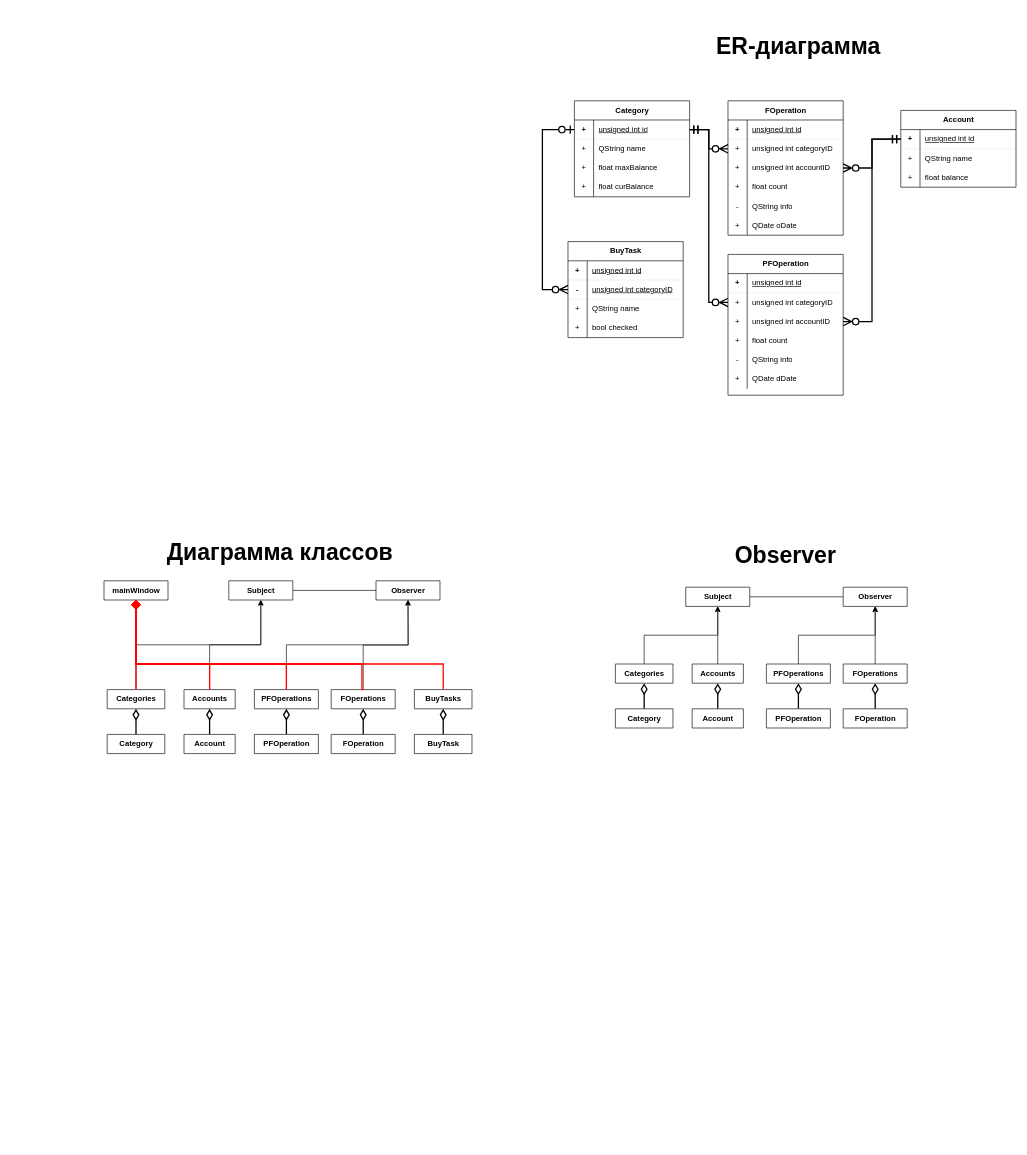
Above: OOPKursach.drawio in necoray/DrawIo (draw.io), before the change. Source tidied: cells renumbered, new cells numbered last; positions are measured from the earlier drawing's top-left corner, leaving out a move shared by most shapes. Both pictures are drawn from the tidied source at 64%, with x=0, y=0 at pixel (81, 11).
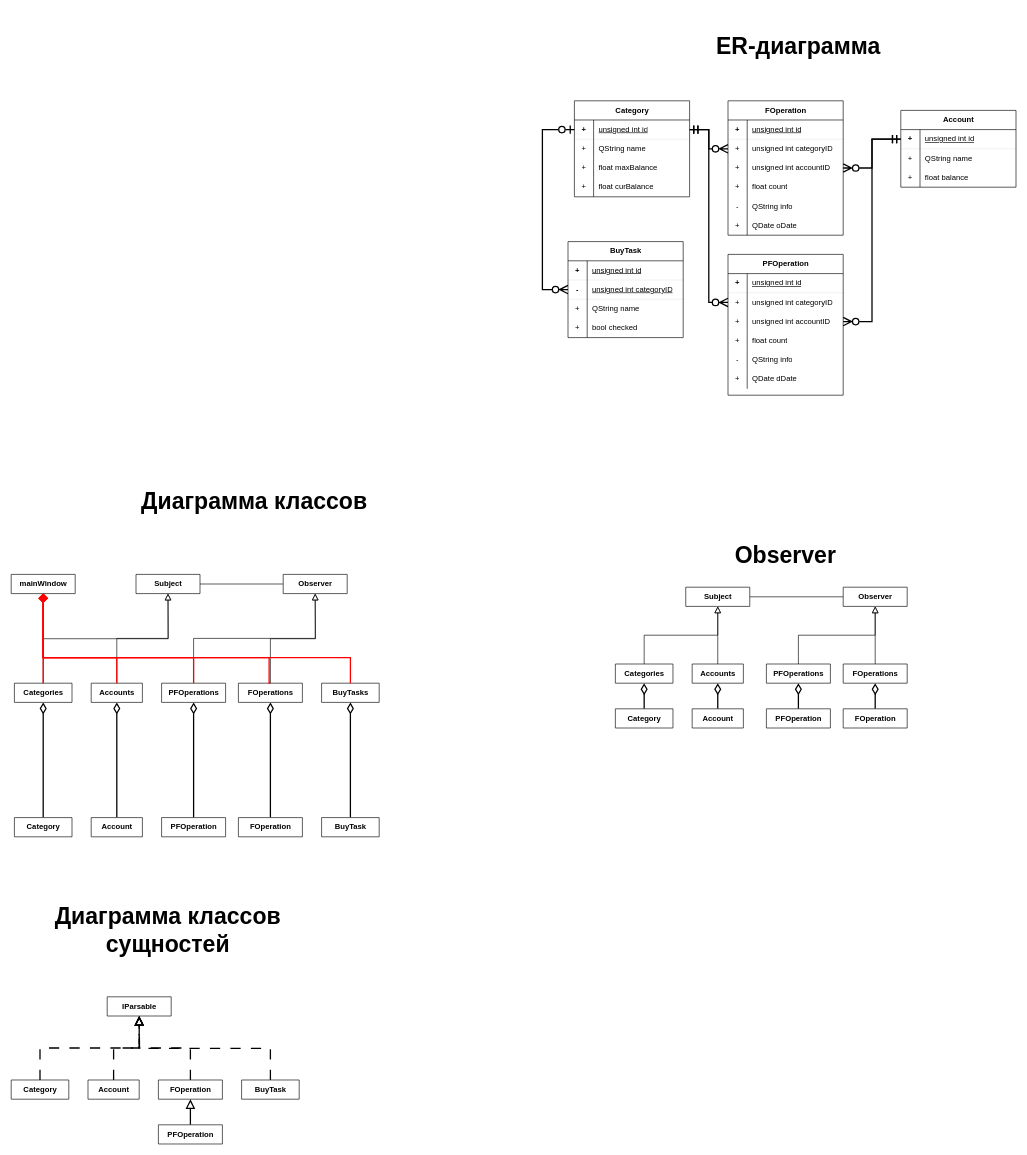
Above is the later version.

The change refers to these unchanged cells:
```xml
<mxCell id="121" value="FOperations" style="shape=table;startSize=30;childLayout=tableLayout;rowLines=0;fontStyle=1;align=center;html=1;strokeColor=default;" parent="1" vertex="1" collapsed="1">
  <mxGeometry x="1190" y="1020" width="100" height="30" as="geometry" />
</mxCell>
<mxCell id="123" value="Accounts" style="shape=table;startSize=30;childLayout=tableLayout;rowLines=0;fontStyle=1;align=center;html=1;strokeColor=default;" parent="1" vertex="1" collapsed="1">
  <mxGeometry x="954" y="1020" width="80" height="30" as="geometry" />
</mxCell>
<mxCell id="125" value="Categories" style="shape=table;startSize=30;childLayout=tableLayout;rowLines=0;fontStyle=1;align=center;html=1;strokeColor=default;" parent="1" vertex="1" collapsed="1">
  <mxGeometry x="834" y="1020" width="90" height="30" as="geometry" />
</mxCell>
<mxCell id="127" value="PFOperations" style="shape=table;startSize=30;childLayout=tableLayout;rowLines=0;fontStyle=1;align=center;html=1;strokeColor=default;" parent="1" vertex="1" collapsed="1">
  <mxGeometry x="1070" y="1020" width="100" height="30" as="geometry" />
</mxCell>
<mxCell id="129" value="Observer" style="shape=table;startSize=30;childLayout=tableLayout;rowLines=0;fontStyle=1;align=center;html=1;strokeColor=default;" parent="1" vertex="1" collapsed="1">
  <mxGeometry x="1190" y="900" width="100" height="30" as="geometry" />
</mxCell>
<mxCell id="130" value="Subject" style="shape=table;startSize=30;childLayout=tableLayout;rowLines=0;fontStyle=1;align=center;html=1;strokeColor=default;" parent="1" vertex="1" collapsed="1">
  <mxGeometry x="944" y="900" width="100" height="30" as="geometry" />
</mxCell>
```

Change to the diagram source:
```diff
@@
     <mxCell id="83" value="FOperation" style="shape=table;startSize=30;childLayout=tableLayout;rowLines=0;fontStyle=1;align=center;html=1;strokeColor=default;" parent="1" vertex="1" collapsed="1">
-      <mxGeometry x="390" y="1130" width="100" height="30" as="geometry" />
+      <mxGeometry x="245" y="1260" width="100" height="30" as="geometry" />
     </mxCell>
@@
     <mxCell id="85" value="Account" style="shape=table;startSize=30;childLayout=tableLayout;rowLines=0;fontStyle=1;align=center;html=1;strokeColor=default;" parent="1" vertex="1" collapsed="1">
-      <mxGeometry x="160" y="1130" width="80" height="30" as="geometry" />
+      <mxGeometry x="15" y="1260" width="80" height="30" as="geometry" />
     </mxCell>
@@
     <mxCell id="87" value="Category" style="shape=table;startSize=30;childLayout=tableLayout;rowLines=0;fontStyle=1;align=center;html=1;strokeColor=default;" parent="1" vertex="1" collapsed="1">
-      <mxGeometry x="40" y="1130" width="90" height="30" as="geometry" />
+      <mxGeometry x="-105" y="1260" width="90" height="30" as="geometry" />
     </mxCell>
@@
     <mxCell id="89" value="PFOperation" style="shape=table;startSize=30;childLayout=tableLayout;rowLines=0;fontStyle=1;align=center;html=1;" parent="1" vertex="1" collapsed="1">
-      <mxGeometry x="270" y="1130" width="100" height="30" as="geometry" />
+      <mxGeometry x="125" y="1260" width="100" height="30" as="geometry" />
     </mxCell>
@@
     <mxCell id="91" value="BuyTask" style="shape=table;startSize=30;childLayout=tableLayout;rowLines=0;fontStyle=1;align=center;html=1;strokeColor=default;" parent="1" vertex="1" collapsed="1">
-      <mxGeometry x="520" y="1130" width="90" height="30" as="geometry" />
+      <mxGeometry x="375" y="1260" width="90" height="30" as="geometry" />
     </mxCell>
@@
-    <mxCell id="94" style="edgeStyle=orthogonalEdgeStyle;rounded=0;jettySize=auto;html=1;exitX=0.5;exitY=0;exitDx=0;exitDy=0;" parent="1" edge="1" source="95">
+    <mxCell id="94" style="edgeStyle=orthogonalEdgeStyle;rounded=0;jettySize=auto;html=1;exitX=0.5;exitY=0;exitDx=0;exitDy=0;strokeWidth=1;endArrow=block;endFill=0;endSize=8;startSize=8;" parent="1" edge="1" source="95">
       <mxGeometry relative="1" as="geometry">
-        <mxPoint x="510" y="920" as="targetPoint" />
+        <mxPoint x="365" y="910" as="targetPoint" />
       </mxGeometry>
     </mxCell>
     <mxCell id="95" value="FOperations" style="shape=table;startSize=30;childLayout=tableLayout;rowLines=0;fontStyle=1;align=center;html=1;strokeColor=default;" parent="1" vertex="1" collapsed="1">
-      <mxGeometry x="390" y="1060" width="100" height="30" as="geometry" />
+      <mxGeometry x="245" y="1050" width="100" height="30" as="geometry" />
     </mxCell>
-    <mxCell id="96" style="edgeStyle=orthogonalEdgeStyle;rounded=0;jettySize=auto;html=1;exitX=0.5;exitY=0;exitDx=0;exitDy=0;entryX=0.5;entryY=1;entryDx=0;entryDy=0;" parent="1" edge="1" source="97" target="105">
+    <mxCell id="96" style="edgeStyle=orthogonalEdgeStyle;rounded=0;jettySize=auto;html=1;exitX=0.5;exitY=0;exitDx=0;exitDy=0;entryX=0.5;entryY=1;entryDx=0;entryDy=0;strokeWidth=1;endArrow=block;endFill=0;endSize=8;startSize=8;" parent="1" edge="1" source="97" target="105">
       <mxGeometry relative="1" as="geometry" />
     </mxCell>
     <mxCell id="97" value="Accounts" style="shape=table;startSize=30;childLayout=tableLayout;rowLines=0;fontStyle=1;align=center;html=1;strokeColor=default;" parent="1" vertex="1" collapsed="1">
-      <mxGeometry x="160" y="1060" width="80" height="30" as="geometry" />
+      <mxGeometry x="15" y="1050" width="80" height="30" as="geometry" />
     </mxCell>
-    <mxCell id="98" style="edgeStyle=orthogonalEdgeStyle;rounded=0;jettySize=auto;html=1;exitX=0.5;exitY=0;exitDx=0;exitDy=0;entryX=0.5;entryY=1;entryDx=0;entryDy=0;" parent="1" edge="1" source="99" target="105">
-      <mxGeometry relative="1" as="geometry" />
+    <mxCell id="98" style="edgeStyle=orthogonalEdgeStyle;rounded=0;jettySize=auto;html=1;exitX=0.5;exitY=0;exitDx=0;exitDy=0;endArrow=block;endFill=0;endSize=8;strokeWidth=1;startSize=8;" parent="1" edge="1" source="99">
+      <mxGeometry relative="1" as="geometry">
+        <mxPoint x="135" y="910" as="targetPoint" />
+      </mxGeometry>
     </mxCell>
     <mxCell id="99" value="Categories" style="shape=table;startSize=30;childLayout=tableLayout;rowLines=0;fontStyle=1;align=center;html=1;strokeColor=default;" parent="1" vertex="1" collapsed="1">
-      <mxGeometry x="40" y="1060" width="90" height="30" as="geometry" />
+      <mxGeometry x="-105" y="1050" width="90" height="30" as="geometry" />
     </mxCell>
-    <mxCell id="100" style="edgeStyle=orthogonalEdgeStyle;rounded=0;jettySize=auto;html=1;exitX=0.5;exitY=0;exitDx=0;exitDy=0;entryX=0.5;entryY=1;entryDx=0;entryDy=0;" parent="1" edge="1" source="101" target="104">
+    <mxCell id="100" style="edgeStyle=orthogonalEdgeStyle;rounded=0;jettySize=auto;html=1;exitX=0.5;exitY=0;exitDx=0;exitDy=0;entryX=0.5;entryY=1;entryDx=0;entryDy=0;endArrow=block;endFill=0;strokeWidth=1;endSize=8;startSize=8;" parent="1" edge="1" source="101" target="104">
       <mxGeometry relative="1" as="geometry" />
     </mxCell>
     <mxCell id="101" value="PFOperations" style="shape=table;startSize=30;childLayout=tableLayout;rowLines=0;fontStyle=1;align=center;html=1;strokeColor=default;" parent="1" vertex="1" collapsed="1">
-      <mxGeometry x="270" y="1060" width="100" height="30" as="geometry" />
+      <mxGeometry x="125" y="1050" width="100" height="30" as="geometry" />
     </mxCell>
     <mxCell id="102" value="BuyTasks" style="shape=table;startSize=30;childLayout=tableLayout;rowLines=0;fontStyle=1;align=center;html=1;strokeColor=default;" parent="1" vertex="1" collapsed="1">
-      <mxGeometry x="520" y="1060" width="90" height="30" as="geometry" />
+      <mxGeometry x="375" y="1050" width="90" height="30" as="geometry" />
     </mxCell>
@@
     <mxCell id="104" value="Observer" style="shape=table;startSize=30;childLayout=tableLayout;rowLines=0;fontStyle=1;align=center;html=1;strokeColor=default;" parent="1" vertex="1" collapsed="1">
-      <mxGeometry x="460" y="890" width="100" height="30" as="geometry" />
+      <mxGeometry x="315" y="880" width="100" height="30" as="geometry" />
     </mxCell>
     <mxCell id="105" value="Subject" style="shape=table;startSize=30;childLayout=tableLayout;rowLines=0;fontStyle=1;align=center;html=1;strokeColor=default;" parent="1" vertex="1" collapsed="1">
-      <mxGeometry x="230" y="890" width="100" height="30" as="geometry" />
+      <mxGeometry x="85" y="880" width="100" height="30" as="geometry" />
     </mxCell>
     <mxCell id="106" value="mainWindow" style="shape=table;startSize=30;childLayout=tableLayout;rowLines=0;fontStyle=1;align=center;html=1;strokeColor=default;" parent="1" vertex="1" collapsed="1">
-      <mxGeometry x="35" y="890" width="100" height="30" as="geometry" />
+      <mxGeometry x="-110" y="880" width="100" height="30" as="geometry" />
     </mxCell>
@@
     <mxCell id="108" style="edgeStyle=orthogonalEdgeStyle;rounded=0;jettySize=auto;html=1;exitX=0.5;exitY=0;exitDx=0;exitDy=0;entryX=0.5;entryY=1;entryDx=0;entryDy=0;endArrow=diamond;endFill=1;endSize=10;startSize=10;strokeWidth=2;strokeColor=#FF0000;" parent="1" edge="1" source="97" target="106">
       <mxGeometry relative="1" as="geometry">
         <Array as="points">
-          <mxPoint x="200" y="1020" />
-          <mxPoint x="85" y="1020" />
+          <mxPoint x="55" y="1010" />
+          <mxPoint x="-60" y="1010" />
         </Array>
       </mxGeometry>
     </mxCell>
     <mxCell id="109" style="edgeStyle=orthogonalEdgeStyle;rounded=0;jettySize=auto;html=1;exitX=0.5;exitY=0;exitDx=0;exitDy=0;endArrow=diamond;endFill=1;endSize=10;startSize=10;strokeWidth=2;strokeColor=#FF0000;" parent="1" edge="1" source="101" target="106">
       <mxGeometry relative="1" as="geometry">
         <Array as="points">
-          <mxPoint x="320" y="1020" />
-          <mxPoint x="85" y="1020" />
+          <mxPoint x="175" y="1010" />
+          <mxPoint x="-60" y="1010" />
         </Array>
       </mxGeometry>
     </mxCell>
     <mxCell id="110" style="edgeStyle=orthogonalEdgeStyle;rounded=0;jettySize=auto;html=1;exitX=0.5;exitY=0;exitDx=0;exitDy=0;endArrow=diamond;endFill=1;endSize=10;startSize=10;strokeWidth=2;entryX=0.5;entryY=1;entryDx=0;entryDy=0;strokeColor=#FF0000;" parent="1" edge="1" source="95" target="106">
       <mxGeometry relative="1" as="geometry">
         <Array as="points">
-          <mxPoint x="438" y="1060" />
-          <mxPoint x="438" y="1020" />
-          <mxPoint x="85" y="1020" />
+          <mxPoint x="293" y="1050" />
+          <mxPoint x="293" y="1010" />
+          <mxPoint x="-60" y="1010" />
         </Array>
       </mxGeometry>
     </mxCell>
     <mxCell id="111" style="edgeStyle=orthogonalEdgeStyle;rounded=0;jettySize=auto;html=1;exitX=0.5;exitY=0;exitDx=0;exitDy=0;endArrow=diamond;endFill=1;endSize=10;startSize=10;strokeWidth=2;entryX=0.5;entryY=1;entryDx=0;entryDy=0;strokeColor=#FF0000;" parent="1" edge="1" source="102" target="106">
       <mxGeometry relative="1" as="geometry">
         <Array as="points">
-          <mxPoint x="565" y="1020" />
-          <mxPoint x="85" y="1020" />
+          <mxPoint x="420" y="1010" />
+          <mxPoint x="-60" y="1010" />
         </Array>
       </mxGeometry>
     </mxCell>
@@
-    <mxCell id="120" style="edgeStyle=orthogonalEdgeStyle;rounded=0;jettySize=auto;html=1;exitX=0.5;exitY=0;exitDx=0;exitDy=0;" parent="1" edge="1" source="121">
+    <mxCell id="120" style="edgeStyle=orthogonalEdgeStyle;rounded=0;jettySize=auto;html=1;exitX=0.5;exitY=0;exitDx=0;exitDy=0;endArrow=block;endFill=0;endSize=8;startSize=8;" parent="1" edge="1" source="121">
       <mxGeometry relative="1" as="geometry">
         <mxPoint x="1240" y="930" as="targetPoint" />
       </mxGeometry>
     </mxCell>
@@
-    <mxCell id="122" style="edgeStyle=orthogonalEdgeStyle;rounded=0;jettySize=auto;html=1;exitX=0.5;exitY=0;exitDx=0;exitDy=0;entryX=0.5;entryY=1;entryDx=0;entryDy=0;" parent="1" edge="1" source="123" target="130">
+    <mxCell id="122" style="edgeStyle=orthogonalEdgeStyle;rounded=0;jettySize=auto;html=1;exitX=0.5;exitY=0;exitDx=0;exitDy=0;entryX=0.5;entryY=1;entryDx=0;entryDy=0;endArrow=block;endFill=0;endSize=8;startSize=8;" parent="1" edge="1" source="123" target="130">
       <mxGeometry relative="1" as="geometry" />
     </mxCell>
@@
-    <mxCell id="124" style="edgeStyle=orthogonalEdgeStyle;rounded=0;jettySize=auto;html=1;exitX=0.5;exitY=0;exitDx=0;exitDy=0;entryX=0.5;entryY=1;entryDx=0;entryDy=0;" parent="1" edge="1" source="125" target="130">
+    <mxCell id="124" style="edgeStyle=orthogonalEdgeStyle;rounded=0;jettySize=auto;html=1;exitX=0.5;exitY=0;exitDx=0;exitDy=0;entryX=0.5;entryY=1;entryDx=0;entryDy=0;endArrow=block;endFill=0;endSize=8;startSize=8;" parent="1" edge="1" source="125" target="130">
       <mxGeometry relative="1" as="geometry" />
     </mxCell>
@@
-    <mxCell id="126" style="edgeStyle=orthogonalEdgeStyle;rounded=0;jettySize=auto;html=1;exitX=0.5;exitY=0;exitDx=0;exitDy=0;entryX=0.5;entryY=1;entryDx=0;entryDy=0;" parent="1" edge="1" source="127" target="129">
+    <mxCell id="126" style="edgeStyle=orthogonalEdgeStyle;rounded=0;jettySize=auto;html=1;exitX=0.5;exitY=0;exitDx=0;exitDy=0;entryX=0.5;entryY=1;entryDx=0;entryDy=0;endArrow=block;endFill=0;endSize=8;startSize=8;" parent="1" edge="1" source="127" target="129">
       <mxGeometry relative="1" as="geometry" />
     </mxCell>
@@
     <mxCell id="131" value="Диаграмма классов" style="text;html=1;align=center;verticalAlign=middle;whiteSpace=wrap;rounded=0;fontStyle=1;fontSize=36;" parent="1" vertex="1">
-      <mxGeometry x="110" y="790" width="400" height="110" as="geometry" />
+      <mxGeometry x="70" y="710" width="400" height="110" as="geometry" />
     </mxCell>
@@
+    <mxCell id="133" style="edgeStyle=orthogonalEdgeStyle;shape=connector;rounded=0;jettySize=auto;html=1;exitX=0.5;exitY=0;exitDx=0;exitDy=0;entryX=0.5;entryY=1;entryDx=0;entryDy=0;strokeColor=default;strokeWidth=2;align=center;verticalAlign=middle;fontFamily=Helvetica;fontSize=11;fontColor=default;labelBackgroundColor=default;startSize=10;endArrow=block;endFill=0;endSize=10;dashed=1;dashPattern=8 8;" parent="1" edge="1" source="134" target="143">
+      <mxGeometry relative="1" as="geometry" />
+    </mxCell>
+    <mxCell id="134" value="FOperation" style="shape=table;startSize=30;childLayout=tableLayout;rowLines=0;fontStyle=1;align=center;html=1;strokeColor=default;" parent="1" vertex="1" collapsed="1">
+      <mxGeometry x="120" y="1670" width="100" height="30" as="geometry" />
+    </mxCell>
+    <mxCell id="135" style="edgeStyle=orthogonalEdgeStyle;shape=connector;rounded=0;jettySize=auto;html=1;exitX=0.5;exitY=0;exitDx=0;exitDy=0;entryX=0.5;entryY=1;entryDx=0;entryDy=0;strokeColor=default;strokeWidth=2;align=center;verticalAlign=middle;fontFamily=Helvetica;fontSize=11;fontColor=default;labelBackgroundColor=default;startSize=10;endArrow=block;endFill=0;endSize=10;dashed=1;dashPattern=8 8;" parent="1" edge="1" source="136" target="143">
+      <mxGeometry relative="1" as="geometry" />
+    </mxCell>
+    <mxCell id="136" value="Account" style="shape=table;startSize=30;childLayout=tableLayout;rowLines=0;fontStyle=1;align=center;html=1;strokeColor=default;" parent="1" vertex="1" collapsed="1">
+      <mxGeometry x="10" y="1670" width="80" height="30" as="geometry" />
+    </mxCell>
+    <mxCell id="137" style="edgeStyle=orthogonalEdgeStyle;shape=connector;rounded=0;jettySize=auto;html=1;exitX=0.5;exitY=0;exitDx=0;exitDy=0;strokeColor=default;strokeWidth=2;align=center;verticalAlign=middle;fontFamily=Helvetica;fontSize=11;fontColor=default;labelBackgroundColor=default;startSize=10;endArrow=block;endFill=0;endSize=10;entryX=0.5;entryY=1;entryDx=0;entryDy=0;dashed=1;dashPattern=8 8;" parent="1" edge="1" source="138" target="143">
+      <mxGeometry relative="1" as="geometry">
+        <Array as="points">
+          <mxPoint x="-65" y="1620" />
+          <mxPoint x="90" y="1620" />
+        </Array>
+      </mxGeometry>
+    </mxCell>
+    <mxCell id="138" value="Category" style="shape=table;startSize=30;childLayout=tableLayout;rowLines=0;fontStyle=1;align=center;html=1;strokeColor=default;" parent="1" vertex="1" collapsed="1">
+      <mxGeometry x="-110" y="1670" width="90" height="30" as="geometry" />
+    </mxCell>
+    <mxCell id="139" style="edgeStyle=orthogonalEdgeStyle;rounded=0;jettySize=auto;html=1;exitX=0.5;exitY=0;exitDx=0;exitDy=0;entryX=0.5;entryY=1;entryDx=0;entryDy=0;endArrow=block;endFill=0;endSize=10;startSize=10;strokeWidth=2;" parent="1" edge="1" source="140" target="134">
+      <mxGeometry relative="1" as="geometry" />
+    </mxCell>
+    <mxCell id="140" value="PFOperation" style="shape=table;startSize=30;childLayout=tableLayout;rowLines=0;fontStyle=1;align=center;html=1;" parent="1" vertex="1" collapsed="1">
+      <mxGeometry x="120" y="1740" width="100" height="30" as="geometry" />
+    </mxCell>
+    <mxCell id="141" style="edgeStyle=orthogonalEdgeStyle;shape=connector;rounded=0;jettySize=auto;html=1;exitX=0.5;exitY=0;exitDx=0;exitDy=0;strokeColor=default;strokeWidth=2;align=center;verticalAlign=middle;fontFamily=Helvetica;fontSize=11;fontColor=default;labelBackgroundColor=default;startSize=10;endArrow=block;endFill=0;endSize=10;dashed=1;dashPattern=8 8;" parent="1" edge="1" source="142">
+      <mxGeometry relative="1" as="geometry">
+        <mxPoint x="90" y="1570" as="targetPoint" />
+      </mxGeometry>
+    </mxCell>
+    <mxCell id="142" value="BuyTask" style="shape=table;startSize=30;childLayout=tableLayout;rowLines=0;fontStyle=1;align=center;html=1;strokeColor=default;" parent="1" vertex="1" collapsed="1">
+      <mxGeometry x="250" y="1670" width="90" height="30" as="geometry" />
+    </mxCell>
+    <mxCell id="143" value="IParsable" style="shape=table;startSize=30;childLayout=tableLayout;rowLines=0;fontStyle=1;align=center;html=1;strokeColor=default;" parent="1" vertex="1" collapsed="1">
+      <mxGeometry x="40" y="1540" width="100" height="30" as="geometry" />
+    </mxCell>
+    <mxCell id="144" value="Диаграмма классов сущностей" style="text;html=1;align=center;verticalAlign=middle;whiteSpace=wrap;rounded=0;fontStyle=1;fontSize=36;" parent="1" vertex="1">
+      <mxGeometry x="-65" y="1380" width="400" height="110" as="geometry" />
+    </mxCell>
```
